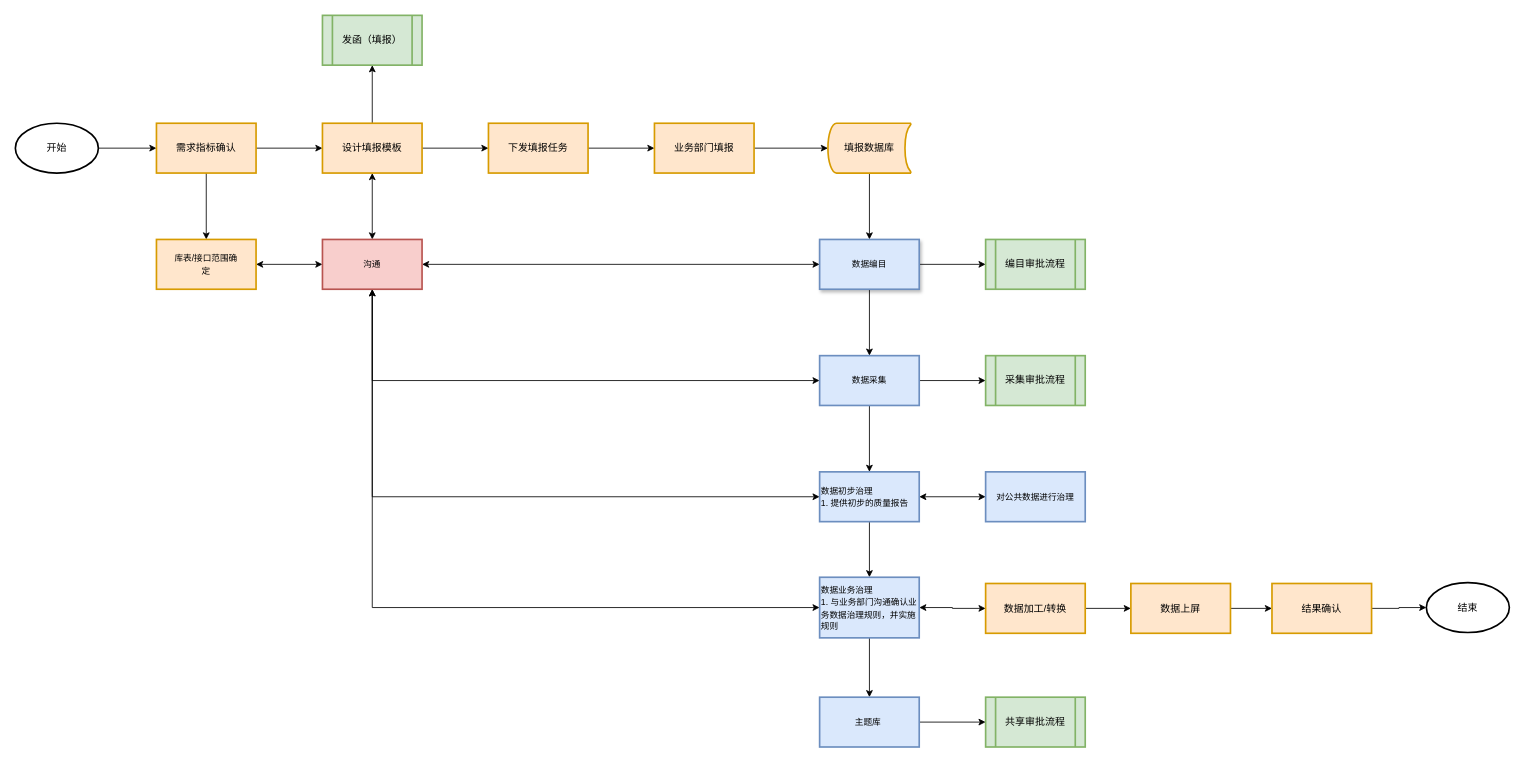
The draw.io diagram uml/未命名绘图.drawio in CIKE-peaked/mylib, before the edit. Source tidied: cells renumbered, new cells numbered last; positions are measured from the earlier drawing's top-left corner, leaving out a move shared by most shapes. Both pictures are drawn from the tidied source at 83%, with x=0, y=0 at pixel (15, 15).
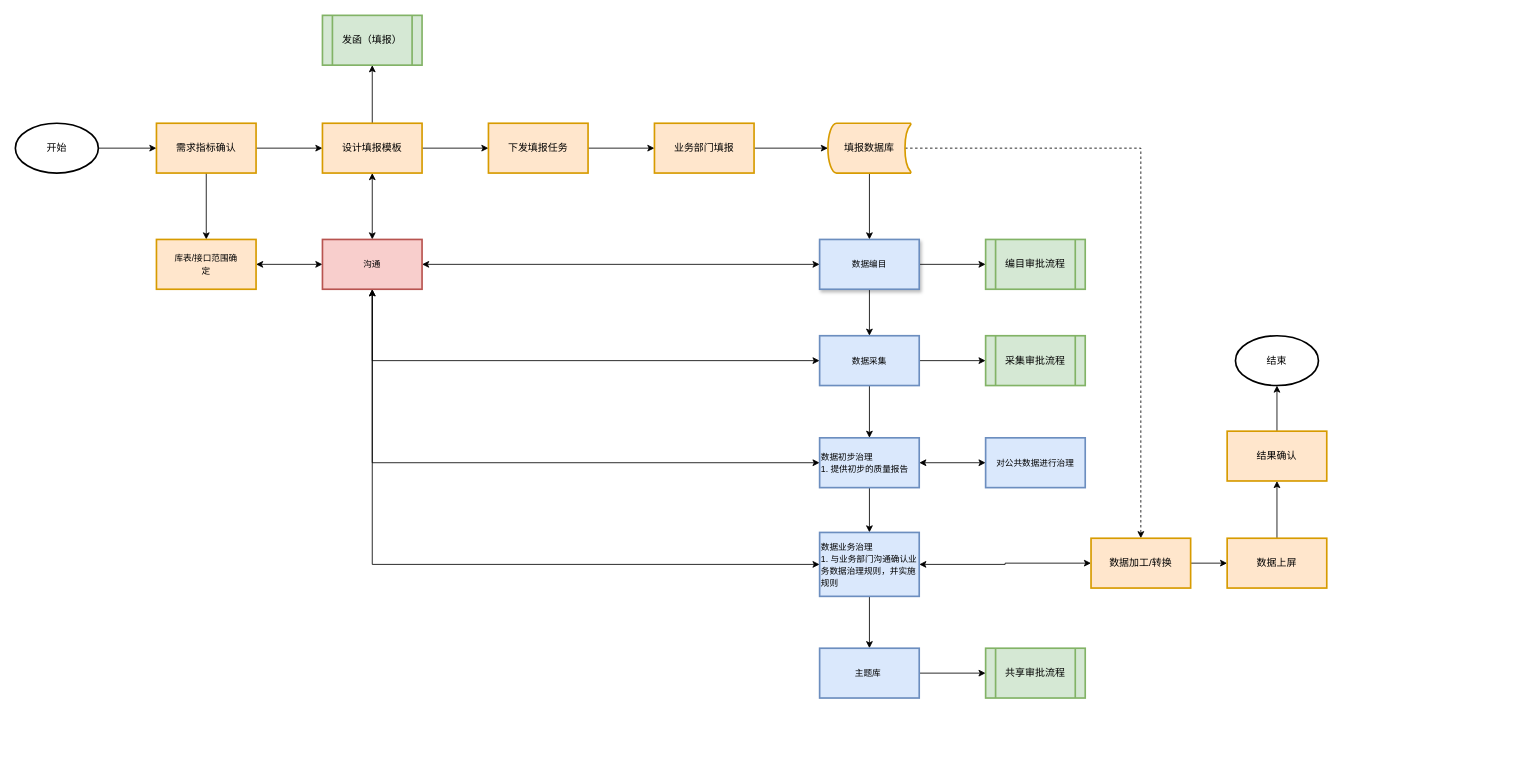
The same diagram, later.

Commit message:
更新未命名绘图.drawio

Unchanged cells that the change refers to:
```xml
<mxCell id="16" value="填报数据库" style="strokeWidth=2;html=1;shape=mxgraph.flowchart.stored_data;whiteSpace=wrap;fillColor=#ffe6cc;strokeColor=#d79b00;" parent="1" vertex="1">
  <mxGeometry x="979" y="130" width="100" height="60" as="geometry" />
</mxCell>
```

What changed in the source:
```diff
@@
+    <mxCell id="50" style="edgeStyle=orthogonalEdgeStyle;rounded=0;jettySize=auto;html=1;exitX=0.93;exitY=0.5;exitDx=0;exitDy=0;exitPerimeter=0;entryX=0.5;entryY=0;entryDx=0;entryDy=0;dashed=1;" parent="1" edge="1" source="16" target="43">
+      <mxGeometry relative="1" as="geometry" />
+    </mxCell>
@@
     <mxCell id="29" value="&lt;div&gt;&lt;font face=&quot;榛戜綋&quot;&gt;&lt;span style=&quot;font-size: 10.4px;&quot;&gt;数据采集&lt;/span&gt;&lt;/font&gt;&lt;/div&gt;" style="whiteSpace=wrap;html=1;fillColor=#dae8fc;strokeColor=#6c8ebf;strokeWidth=2;" parent="1" vertex="1">
-      <mxGeometry x="969" y="410" width="120" height="60" as="geometry" />
+      <mxGeometry x="969" y="386" width="120" height="60" as="geometry" />
     </mxCell>
@@
     <mxCell id="32" value="&lt;div&gt;&lt;font face=&quot;榛戜綋&quot;&gt;&lt;span style=&quot;font-size: 10.4px;&quot;&gt;数据初步治理&lt;/span&gt;&lt;/font&gt;&lt;/div&gt;&lt;div&gt;&lt;font face=&quot;榛戜綋&quot;&gt;&lt;span style=&quot;font-size: 10.4px;&quot;&gt;1. 提供初步的质量报告&lt;/span&gt;&lt;/font&gt;&lt;/div&gt;" style="whiteSpace=wrap;html=1;fillColor=#dae8fc;strokeColor=#6c8ebf;strokeWidth=2;align=left;" parent="1" vertex="1">
-      <mxGeometry x="969" y="550" width="120" height="60" as="geometry" />
+      <mxGeometry x="969" y="509" width="120" height="60" as="geometry" />
     </mxCell>
@@
     <mxCell id="35" value="&lt;div&gt;&lt;font face=&quot;榛戜綋&quot;&gt;&lt;span style=&quot;font-size: 10.4px;&quot;&gt;数据业务治理&lt;/span&gt;&lt;/font&gt;&lt;/div&gt;&lt;div&gt;&lt;font face=&quot;榛戜綋&quot;&gt;&lt;span style=&quot;font-size: 10.4px;&quot;&gt;1. 与业务部门沟通确认业务数据治理规则，并实施规则&lt;/span&gt;&lt;/font&gt;&lt;/div&gt;" style="whiteSpace=wrap;html=1;fillColor=#dae8fc;strokeColor=#6c8ebf;strokeWidth=2;align=left;" parent="1" vertex="1">
-      <mxGeometry x="969" y="677" width="120" height="73" as="geometry" />
+      <mxGeometry x="969" y="623" width="120" height="77" as="geometry" />
     </mxCell>
@@
     <mxCell id="37" value="&lt;div&gt;&lt;span style=&quot;font-size: 7.825pt; font-family: 榛戜綋;&quot;&gt;主题库&amp;nbsp;&lt;/span&gt;&lt;/div&gt;" style="whiteSpace=wrap;html=1;fillColor=#dae8fc;strokeColor=#6c8ebf;strokeWidth=2;" parent="1" vertex="1">
-      <mxGeometry x="969" y="821.5" width="120" height="60" as="geometry" />
+      <mxGeometry x="969" y="762.5" width="120" height="60" as="geometry" />
     </mxCell>
@@
     <mxCell id="40" value="采集审批流程" style="shape=process;whiteSpace=wrap;html=1;backgroundOutline=1;fillColor=#d5e8d4;strokeColor=#82b366;strokeWidth=2;" parent="1" vertex="1">
-      <mxGeometry x="1169" y="410" width="120" height="60" as="geometry" />
+      <mxGeometry x="1169" y="386" width="120" height="60" as="geometry" />
     </mxCell>
     <mxCell id="41" value="共享审批流程" style="shape=process;whiteSpace=wrap;html=1;backgroundOutline=1;fillColor=#d5e8d4;strokeColor=#82b366;strokeWidth=2;" parent="1" vertex="1">
-      <mxGeometry x="1169" y="821.5" width="120" height="60" as="geometry" />
+      <mxGeometry x="1169" y="762.5" width="120" height="60" as="geometry" />
     </mxCell>
@@
     <mxCell id="43" value="数据加工/转换" style="whiteSpace=wrap;html=1;fillColor=#ffe6cc;strokeColor=#d79b00;strokeWidth=2;" parent="1" vertex="1">
-      <mxGeometry x="1169" y="684.5" width="120" height="60" as="geometry" />
+      <mxGeometry x="1296" y="630" width="120" height="60" as="geometry" />
     </mxCell>
@@
     <mxCell id="45" value="数据上屏" style="whiteSpace=wrap;html=1;fillColor=#ffe6cc;strokeColor=#d79b00;strokeWidth=2;" parent="1" vertex="1">
-      <mxGeometry x="1344" y="684.5" width="120" height="60" as="geometry" />
+      <mxGeometry x="1460" y="630" width="120" height="60" as="geometry" />
     </mxCell>
@@
     <mxCell id="47" value="&lt;div&gt;&lt;span style=&quot;background-color: initial;&quot;&gt;结果确认&lt;/span&gt;&lt;br&gt;&lt;/div&gt;" style="whiteSpace=wrap;html=1;fillColor=#ffe6cc;strokeColor=#d79b00;strokeWidth=2;" parent="1" vertex="1">
-      <mxGeometry x="1514" y="684.5" width="120" height="60" as="geometry" />
+      <mxGeometry x="1460" y="501" width="120" height="60" as="geometry" />
     </mxCell>
     <mxCell id="48" value="&lt;font face=&quot;榛戜綋&quot;&gt;&lt;span style=&quot;font-size: 10.4px;&quot;&gt;对公共数据进行治理&lt;/span&gt;&lt;/font&gt;" style="whiteSpace=wrap;html=1;fillColor=#dae8fc;strokeColor=#6c8ebf;strokeWidth=2;align=center;" parent="1" vertex="1">
-      <mxGeometry x="1169" y="550" width="120" height="60" as="geometry" />
+      <mxGeometry x="1169" y="509" width="120" height="60" as="geometry" />
     </mxCell>
     <mxCell id="49" value="结束" style="strokeWidth=2;html=1;shape=mxgraph.flowchart.start_1;whiteSpace=wrap;" parent="1" vertex="1">
-      <mxGeometry x="1700" y="683.5" width="100" height="60" as="geometry" />
+      <mxGeometry x="1470" y="386" width="100" height="60" as="geometry" />
     </mxCell>
```
